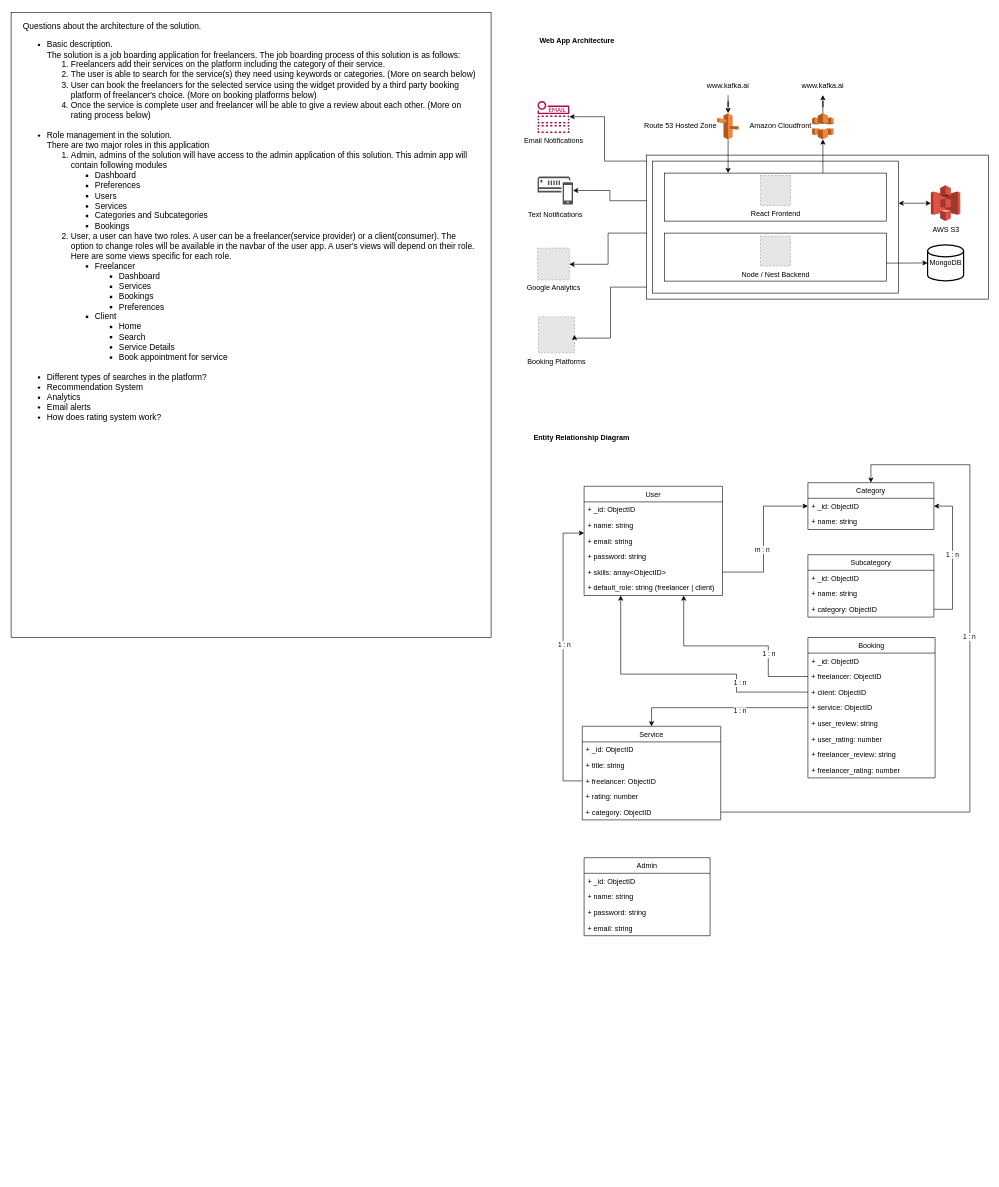
Above: draw.io/sttrut.drawio in n4beel/diagrams (draw.io), before the change. Source tidied: cells renumbered, new cells numbered last; positions are measured from the earlier drawing's top-left corner, leaving out a move shared by most shapes. Both pictures are drawn from the tidied source at 60%, with x=0, y=0 at pixel (11, 12). Pictures stored in the file or linked from it are replaced by grey dashed boxes.
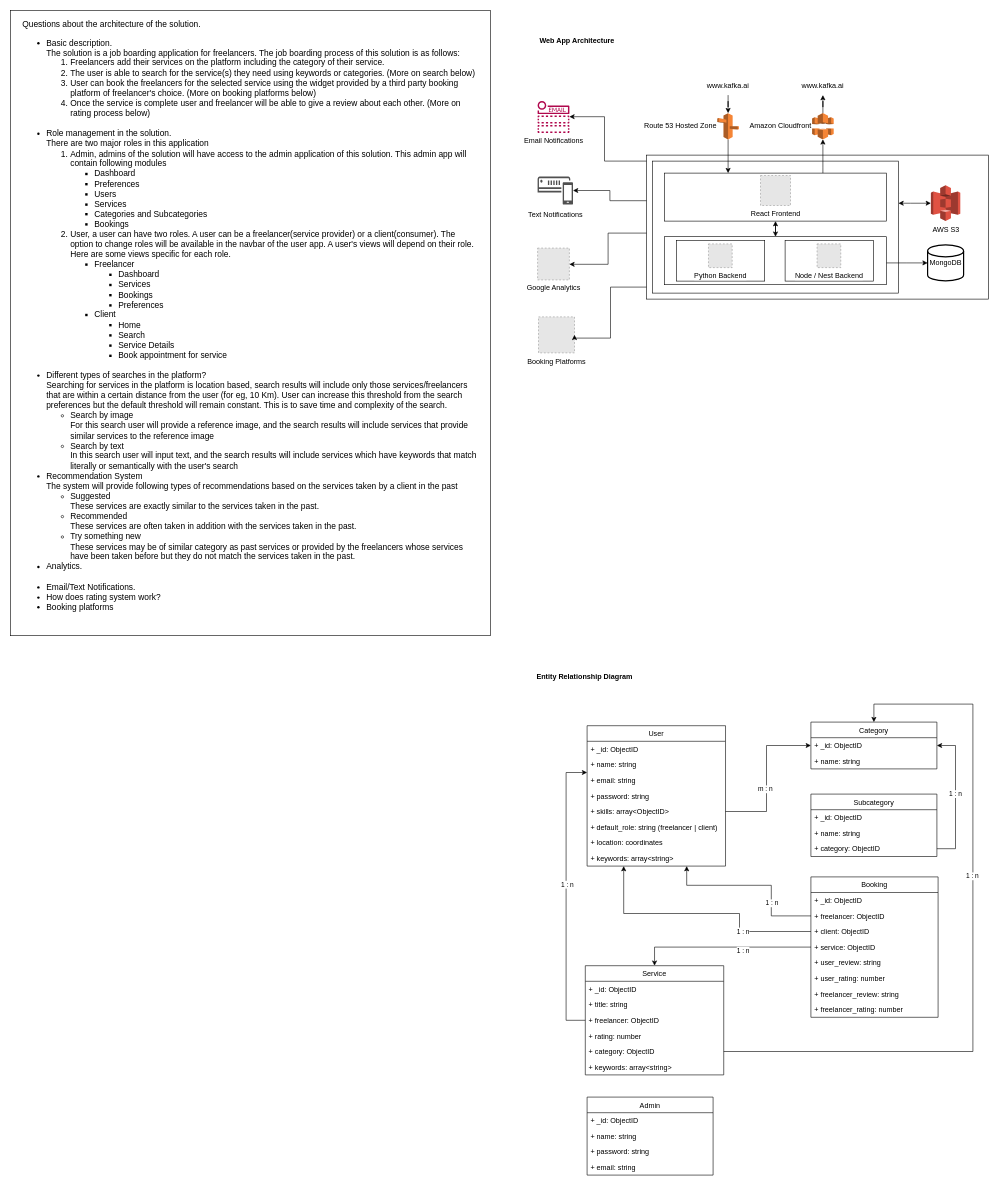
The same diagram, later.

Unchanged cells that the change refers to:
```xml
<mxCell id="7" value="+ skills: array&lt;ObjectID&gt;" style="text;strokeColor=none;fillColor=none;align=left;verticalAlign=top;spacingLeft=4;spacingRight=4;overflow=hidden;points=[[0,0.5],[1,0.5]];portConstraint=eastwest;" parent="2" vertex="1">
  <mxGeometry y="130" width="230.7" height="26" as="geometry" />
</mxCell>
<mxCell id="18" value="+ freelancer: ObjectID" style="text;strokeColor=none;fillColor=none;align=left;verticalAlign=top;spacingLeft=4;spacingRight=4;overflow=hidden;points=[[0,0.5],[1,0.5]];portConstraint=eastwest;" parent="15" vertex="1">
  <mxGeometry y="78" width="230.7" height="26" as="geometry" />
</mxCell>
<mxCell id="20" value="+ category: ObjectID" style="text;strokeColor=none;fillColor=none;align=left;verticalAlign=top;spacingLeft=4;spacingRight=4;overflow=hidden;points=[[0,0.5],[1,0.5]];portConstraint=eastwest;" parent="15" vertex="1">
  <mxGeometry y="130" width="230.7" height="26" as="geometry" />
</mxCell>
<mxCell id="23" value="+ freelancer: ObjectID" style="text;strokeColor=none;fillColor=none;align=left;verticalAlign=top;spacingLeft=4;spacingRight=4;overflow=hidden;points=[[0,0.5],[1,0.5]];portConstraint=eastwest;" parent="21" vertex="1">
  <mxGeometry y="52" width="212" height="26" as="geometry" />
</mxCell>
<mxCell id="24" value="+ client: ObjectID" style="text;strokeColor=none;fillColor=none;align=left;verticalAlign=top;spacingLeft=4;spacingRight=4;overflow=hidden;points=[[0,0.5],[1,0.5]];portConstraint=eastwest;" parent="21" vertex="1">
  <mxGeometry y="78" width="212" height="26" as="geometry" />
</mxCell>
<mxCell id="46" value="+ category: ObjectID" style="text;strokeColor=none;fillColor=none;align=left;verticalAlign=top;spacingLeft=4;spacingRight=4;overflow=hidden;points=[[0,0.5],[1,0.5]];portConstraint=eastwest;" parent="43" vertex="1">
  <mxGeometry y="78" width="210" height="26" as="geometry" />
</mxCell>
<mxCell id="64" style="rounded=0;whiteSpace=wrap;html=1;fillColor=none;" parent="1" vertex="1">
  <mxGeometry x="1089" y="268" width="370" height="80" as="geometry" />
</mxCell>
<mxCell id="71" value="MongoDB" style="strokeWidth=2;html=1;shape=mxgraph.flowchart.database;whiteSpace=wrap;fillColor=none;" parent="70" vertex="1">
  <mxGeometry width="60" height="60" as="geometry" />
</mxCell>
```

The edit, as a diff of the source:
```diff
@@
+    <mxCell id="53" style="rounded=0;whiteSpace=wrap;html=1;fillColor=none;" parent="1" vertex="1">
+      <mxGeometry x="1059" y="238" width="570" height="240" as="geometry" />
+    </mxCell>
+    <mxCell id="54" style="rounded=0;whiteSpace=wrap;html=1;fillColor=none;" parent="1" vertex="1">
+      <mxGeometry x="1069" y="248" width="410" height="220" as="geometry" />
+    </mxCell>
+    <mxCell id="81" style="rounded=0;whiteSpace=wrap;html=1;fillColor=none;" parent="1" vertex="1">
+      <mxGeometry x="1089" y="374" width="370" height="80" as="geometry" />
+    </mxCell>
     <mxCell id="2" value="User" style="swimlane;fontStyle=0;horizontal=1;startSize=26;fillColor=none;" parent="1" vertex="1">
-      <mxGeometry x="955" y="790" width="230.7" height="182" as="geometry" />
+      <mxGeometry x="960" y="1189" width="230.7" height="234" as="geometry" />
     </mxCell>
@@
+    <mxCell id="82" value="+ location: coordinates" style="text;strokeColor=none;fillColor=none;align=left;verticalAlign=top;spacingLeft=4;spacingRight=4;overflow=hidden;" parent="2" vertex="1">
+      <mxGeometry y="182" width="230.7" height="26" as="geometry" />
+    </mxCell>
+    <mxCell id="83" value="+ keywords: array&lt;string&gt;" style="text;strokeColor=none;fillColor=none;align=left;verticalAlign=top;spacingLeft=4;spacingRight=4;overflow=hidden;" parent="2" vertex="1">
+      <mxGeometry y="208" width="230.7" height="26" as="geometry" />
+    </mxCell>
     <mxCell id="9" value="Admin" style="swimlane;fontStyle=0;horizontal=1;startSize=26;fillColor=none;" parent="1" vertex="1">
-      <mxGeometry x="955" y="1409" width="210" height="130" as="geometry" />
+      <mxGeometry x="960" y="1808" width="210" height="130" as="geometry" />
     </mxCell>
@@
     <mxCell id="14" value="&lt;b&gt;Entity Relationship Diagram&lt;/b&gt;" style="text;html=1;strokeColor=none;fillColor=none;align=left;verticalAlign=middle;whiteSpace=wrap;rounded=0;" parent="1" vertex="1">
-      <mxGeometry x="869" y="694" width="240" height="30" as="geometry" />
+      <mxGeometry x="874" y="1093" width="240" height="30" as="geometry" />
     </mxCell>
     <mxCell id="15" value="Service" style="swimlane;fontStyle=0;horizontal=1;startSize=26;fillColor=none;" parent="1" vertex="1">
-      <mxGeometry x="952" y="1190" width="230.7" height="156" as="geometry" />
+      <mxGeometry x="957" y="1589" width="230.7" height="182" as="geometry" />
     </mxCell>
@@
+    <mxCell id="84" value="+ keywords: array&lt;string&gt;" style="text;strokeColor=none;fillColor=none;align=left;verticalAlign=top;spacingLeft=4;spacingRight=4;overflow=hidden;" parent="15" vertex="1">
+      <mxGeometry y="156" width="230.7" height="26" as="geometry" />
+    </mxCell>
     <mxCell id="21" value="Booking" style="swimlane;fontStyle=0;horizontal=1;startSize=26;fillColor=none;" parent="1" vertex="1">
-      <mxGeometry x="1328" y="1042" width="212" height="234" as="geometry" />
+      <mxGeometry x="1333" y="1441" width="212" height="234" as="geometry" />
     </mxCell>
@@
     <mxCell id="30" style="edgeStyle=orthogonalEdgeStyle;rounded=0;jettySize=auto;html=1;" parent="1" edge="1" source="23" target="2">
       <mxGeometry relative="1" as="geometry">
         <Array as="points">
-          <mxPoint x="1262" y="1107" />
-          <mxPoint x="1262" y="1056" />
-          <mxPoint x="1121" y="1056" />
+          <mxPoint x="1267" y="1506" />
+          <mxPoint x="1267" y="1455" />
+          <mxPoint x="1126" y="1455" />
         </Array>
       </mxGeometry>
     </mxCell>
@@
     <mxCell id="32" style="edgeStyle=orthogonalEdgeStyle;rounded=0;jettySize=auto;html=1;" parent="1" edge="1" source="24" target="2">
       <mxGeometry relative="1" as="geometry">
         <Array as="points">
-          <mxPoint x="1209" y="1133" />
-          <mxPoint x="1209" y="1103" />
-          <mxPoint x="1016" y="1103" />
+          <mxPoint x="1214" y="1532" />
+          <mxPoint x="1214" y="1502" />
+          <mxPoint x="1021" y="1502" />
         </Array>
       </mxGeometry>
     </mxCell>
@@
     <mxCell id="36" style="edgeStyle=orthogonalEdgeStyle;rounded=0;jettySize=auto;html=1;" parent="1" edge="1" source="18" target="2">
       <mxGeometry relative="1" as="geometry">
         <Array as="points">
-          <mxPoint x="920" y="1281" />
-          <mxPoint x="920" y="868" />
+          <mxPoint x="925" y="1680" />
+          <mxPoint x="925" y="1267" />
         </Array>
       </mxGeometry>
     </mxCell>
@@
     <mxCell id="38" value="Category" style="swimlane;fontStyle=0;horizontal=1;startSize=26;fillColor=none;" parent="1" vertex="1">
-      <mxGeometry x="1328" y="784" width="210" height="78" as="geometry" />
+      <mxGeometry x="1333" y="1183" width="210" height="78" as="geometry" />
     </mxCell>
@@
     <mxCell id="41" style="edgeStyle=orthogonalEdgeStyle;rounded=0;jettySize=auto;html=1;" parent="1" edge="1" source="7" target="38">
       <mxGeometry relative="1" as="geometry">
         <Array as="points">
-          <mxPoint x="1254" y="933" />
-          <mxPoint x="1254" y="823" />
+          <mxPoint x="1259" y="1332" />
+          <mxPoint x="1259" y="1222" />
         </Array>
       </mxGeometry>
     </mxCell>
@@
     <mxCell id="43" value="Subcategory" style="swimlane;fontStyle=0;horizontal=1;startSize=26;fillColor=none;" parent="1" vertex="1">
-      <mxGeometry x="1328" y="904" width="210" height="104" as="geometry" />
+      <mxGeometry x="1333" y="1303" width="210" height="104" as="geometry" />
     </mxCell>
@@
     <mxCell id="47" style="edgeStyle=orthogonalEdgeStyle;rounded=0;jettySize=auto;html=1;" parent="1" edge="1" source="46" target="38">
       <mxGeometry relative="1" as="geometry">
         <Array as="points">
-          <mxPoint x="1569" y="995" />
-          <mxPoint x="1569" y="823" />
+          <mxPoint x="1574" y="1394" />
+          <mxPoint x="1574" y="1222" />
         </Array>
       </mxGeometry>
     </mxCell>
@@
-    <mxCell id="50" value="&lt;div style=&quot;font-size: 14px;&quot;&gt;Questions about the architecture of the solution.&lt;/div&gt;&lt;ul style=&quot;&quot;&gt;&lt;li style=&quot;font-size: 14px;&quot;&gt;Basic description.&lt;br style=&quot;font-size: 14px;&quot;&gt;The solution is a job boarding application for freelancers. The job boarding process of this solution is as follows:&lt;/li&gt;&lt;ol style=&quot;font-size: 14px;&quot;&gt;&lt;li style=&quot;font-size: 14px;&quot;&gt;Freelancers add their services on the platform including the category of their service.&lt;/li&gt;&lt;li style=&quot;font-size: 14px;&quot;&gt;The user is able to search for the service(s) they need using keywords or categories. (More on search below)&lt;/li&gt;&lt;li style=&quot;font-size: 14px;&quot;&gt;User can book the freelancers for the selected service using the widget provided by a third party booking platform of freelancer's choice. (More on booking platforms below)&lt;/li&gt;&lt;li style=&quot;font-size: 14px;&quot;&gt;Once the service is complete user and freelancer will be able to give a review about each other. (More on rating process below)&lt;br&gt;&lt;br&gt;&lt;/li&gt;&lt;/ol&gt;&lt;li style=&quot;font-size: 14px;&quot;&gt;Role management in the solution.&lt;br&gt;There are two major roles in this application&lt;/li&gt;&lt;ol style=&quot;&quot;&gt;&lt;li style=&quot;font-size: 14px;&quot;&gt;Admin, admins of the solution will have access to the admin application of this solution. This admin app will contain following modules&lt;/li&gt;&lt;ul&gt;&lt;li style=&quot;&quot;&gt;Dashboard&lt;/li&gt;&lt;li style=&quot;&quot;&gt;Preferences&lt;/li&gt;&lt;li style=&quot;&quot;&gt;Users&lt;/li&gt;&lt;li style=&quot;&quot;&gt;Services&lt;/li&gt;&lt;li style=&quot;&quot;&gt;Categories and Subcategories&lt;/li&gt;&lt;li style=&quot;&quot;&gt;Bookings&lt;/li&gt;&lt;/ul&gt;&lt;li style=&quot;font-size: 14px;&quot;&gt;User, a user can have two roles. A user can be a freelancer(service provider) or a client(consumer). The option to change roles will be available in the navbar of the user app. A user's views will depend on their role. Here are some views specific for each role.&lt;/li&gt;&lt;ul&gt;&lt;li&gt;&lt;span style=&quot;background-color: initial;&quot;&gt;Freelancer&lt;/span&gt;&lt;/li&gt;&lt;ul&gt;&lt;li&gt;&lt;span style=&quot;background-color: initial;&quot;&gt;Dashboard&lt;/span&gt;&lt;/li&gt;&lt;li&gt;&lt;span style=&quot;background-color: initial;&quot;&gt;Services&lt;/span&gt;&lt;/li&gt;&lt;li&gt;&lt;span style=&quot;background-color: initial;&quot;&gt;Bookings&lt;/span&gt;&lt;/li&gt;&lt;li&gt;&lt;span style=&quot;background-color: initial;&quot;&gt;Preferences&lt;/span&gt;&lt;/li&gt;&lt;/ul&gt;&lt;li&gt;&lt;span style=&quot;background-color: initial;&quot;&gt;Client&lt;/span&gt;&lt;/li&gt;&lt;ul&gt;&lt;li&gt;&lt;span style=&quot;background-color: initial;&quot;&gt;Home&lt;/span&gt;&lt;/li&gt;&lt;li&gt;&lt;span style=&quot;background-color: initial;&quot;&gt;Search&lt;/span&gt;&lt;/li&gt;&lt;li&gt;&lt;span style=&quot;background-color: initial;&quot;&gt;Service Details&lt;/span&gt;&lt;/li&gt;&lt;li&gt;&lt;span style=&quot;background-color: initial;&quot;&gt;Book appointment for service&lt;br&gt;&lt;br&gt;&lt;/span&gt;&lt;/li&gt;&lt;/ul&gt;&lt;/ul&gt;&lt;/ol&gt;&lt;li style=&quot;font-size: 14px;&quot;&gt;Different types of searches in the platform?&lt;/li&gt;&lt;li style=&quot;font-size: 14px;&quot;&gt;Recommendation System&lt;/li&gt;&lt;li style=&quot;font-size: 14px;&quot;&gt;Analytics&lt;/li&gt;&lt;li style=&quot;font-size: 14px;&quot;&gt;Email alerts&lt;/li&gt;&lt;li style=&quot;font-size: 14px;&quot;&gt;How does rating system work?&lt;/li&gt;&lt;/ul&gt;" style="rounded=0;whiteSpace=wrap;html=1;align=left;verticalAlign=top;spacing=10;spacingLeft=10;spacingRight=10;fontSize=14;" parent="1" vertex="1">
-      <mxGeometry width="800" height="1042" as="geometry" />
+    <mxCell id="50" value="&lt;div style=&quot;font-size: 14px;&quot;&gt;Questions about the architecture of the solution.&lt;/div&gt;&lt;ul style=&quot;&quot;&gt;&lt;li style=&quot;font-size: 14px;&quot;&gt;Basic description.&lt;br style=&quot;font-size: 14px;&quot;&gt;The solution is a job boarding application for freelancers. The job boarding process of this solution is as follows:&lt;/li&gt;&lt;ol style=&quot;font-size: 14px;&quot;&gt;&lt;li style=&quot;font-size: 14px;&quot;&gt;Freelancers add their services on the platform including the category of their service.&lt;/li&gt;&lt;li style=&quot;font-size: 14px;&quot;&gt;The user is able to search for the service(s) they need using keywords or categories. (More on search below)&lt;/li&gt;&lt;li style=&quot;font-size: 14px;&quot;&gt;User can book the freelancers for the selected service using the widget provided by a third party booking platform of freelancer's choice. (More on booking platforms below)&lt;/li&gt;&lt;li style=&quot;font-size: 14px;&quot;&gt;Once the service is complete user and freelancer will be able to give a review about each other. (More on rating process below)&lt;br&gt;&lt;br&gt;&lt;/li&gt;&lt;/ol&gt;&lt;li style=&quot;font-size: 14px;&quot;&gt;Role management in the solution.&lt;br&gt;There are two major roles in this application&lt;/li&gt;&lt;ol style=&quot;&quot;&gt;&lt;li style=&quot;font-size: 14px;&quot;&gt;Admin, admins of the solution will have access to the admin application of this solution. This admin app will contain following modules&lt;/li&gt;&lt;ul&gt;&lt;li style=&quot;&quot;&gt;Dashboard&lt;/li&gt;&lt;li style=&quot;&quot;&gt;Preferences&lt;/li&gt;&lt;li style=&quot;&quot;&gt;Users&lt;/li&gt;&lt;li style=&quot;&quot;&gt;Services&lt;/li&gt;&lt;li style=&quot;&quot;&gt;Categories and Subcategories&lt;/li&gt;&lt;li style=&quot;&quot;&gt;Bookings&lt;/li&gt;&lt;/ul&gt;&lt;li style=&quot;font-size: 14px;&quot;&gt;User, a user can have two roles. A user can be a freelancer(service provider) or a client(consumer). The option to change roles will be available in the navbar of the user app. A user's views will depend on their role. Here are some views specific for each role.&lt;/li&gt;&lt;ul&gt;&lt;li&gt;&lt;span style=&quot;background-color: initial;&quot;&gt;Freelancer&lt;/span&gt;&lt;/li&gt;&lt;ul&gt;&lt;li&gt;&lt;span style=&quot;background-color: initial;&quot;&gt;Dashboard&lt;/span&gt;&lt;/li&gt;&lt;li&gt;&lt;span style=&quot;background-color: initial;&quot;&gt;Services&lt;/span&gt;&lt;/li&gt;&lt;li&gt;&lt;span style=&quot;background-color: initial;&quot;&gt;Bookings&lt;/span&gt;&lt;/li&gt;&lt;li&gt;&lt;span style=&quot;background-color: initial;&quot;&gt;Preferences&lt;/span&gt;&lt;/li&gt;&lt;/ul&gt;&lt;li&gt;&lt;span style=&quot;background-color: initial;&quot;&gt;Client&lt;/span&gt;&lt;/li&gt;&lt;ul&gt;&lt;li&gt;&lt;span style=&quot;background-color: initial;&quot;&gt;Home&lt;/span&gt;&lt;/li&gt;&lt;li&gt;&lt;span style=&quot;background-color: initial;&quot;&gt;Search&lt;/span&gt;&lt;/li&gt;&lt;li&gt;&lt;span style=&quot;background-color: initial;&quot;&gt;Service Details&lt;/span&gt;&lt;/li&gt;&lt;li&gt;&lt;span style=&quot;background-color: initial;&quot;&gt;Book appointment for service&lt;br&gt;&lt;br&gt;&lt;/span&gt;&lt;/li&gt;&lt;/ul&gt;&lt;/ul&gt;&lt;/ol&gt;&lt;li style=&quot;font-size: 14px;&quot;&gt;Different types of searches in the platform?&lt;br&gt;Searching for services in the platform is location based, search results will include only those services/freelancers that are within a certain distance from the user (for eg, 10 Km). User can increase this threshold from the search preferences but the default threshold will remain constant. This is to save time and complexity of the search.&lt;/li&gt;&lt;ul&gt;&lt;li style=&quot;font-size: 14px;&quot;&gt;Search by image&lt;br&gt;For this search user will provide a reference image, and the search results will include services that provide similar services to the reference image&amp;nbsp;&lt;/li&gt;&lt;li style=&quot;font-size: 14px;&quot;&gt;Search by text&lt;br&gt;In this search user will input text, and the search results will include services which have keywords that match literally or semantically with the user's search&lt;/li&gt;&lt;/ul&gt;&lt;li style=&quot;font-size: 14px;&quot;&gt;Recommendation System&lt;br&gt;The system will provide following types of recommendations based on the services taken by a client in the past&lt;/li&gt;&lt;ul&gt;&lt;li style=&quot;font-size: 14px;&quot;&gt;Suggested&lt;br&gt;These services are exactly similar to the services taken in the past.&lt;/li&gt;&lt;li style=&quot;font-size: 14px;&quot;&gt;Recommended&lt;br&gt;These services are often taken in addition with the services taken in the past.&amp;nbsp;&lt;/li&gt;&lt;li style=&quot;font-size: 14px;&quot;&gt;Try something new&lt;br&gt;These services may be of similar category as past services or provided by the freelancers whose services have been taken before but they do not match the services taken in the past.&lt;/li&gt;&lt;/ul&gt;&lt;li style=&quot;font-size: 14px;&quot;&gt;Analytics.&lt;br&gt;&lt;br&gt;&lt;/li&gt;&lt;li style=&quot;font-size: 14px;&quot;&gt;Email/Text Notifications.&lt;/li&gt;&lt;li style=&quot;font-size: 14px;&quot;&gt;How does rating system work?&lt;/li&gt;&lt;li style=&quot;font-size: 14px;&quot;&gt;Booking platforms&lt;/li&gt;&lt;/ul&gt;" style="rounded=0;whiteSpace=wrap;html=1;align=left;verticalAlign=top;spacing=10;spacingLeft=10;spacingRight=10;fontSize=14;" parent="1" vertex="1">
+      <mxGeometry x="-1" y="-3" width="800" height="1042" as="geometry" />
     </mxCell>
     <mxCell id="51" style="edgeStyle=orthogonalEdgeStyle;rounded=0;jettySize=auto;html=1;" parent="1" edge="1" source="20" target="38">
       <mxGeometry relative="1" as="geometry">
         <Array as="points">
-          <mxPoint x="1598" y="1333" />
-          <mxPoint x="1598" y="754" />
-          <mxPoint x="1433" y="754" />
+          <mxPoint x="1603" y="1732" />
+          <mxPoint x="1603" y="1153" />
+          <mxPoint x="1438" y="1153" />
         </Array>
       </mxGeometry>
     </mxCell>
@@
-    <mxCell id="53" style="rounded=0;whiteSpace=wrap;html=1;fillColor=none;" parent="1" vertex="1">
-      <mxGeometry x="1059" y="238" width="570" height="240" as="geometry" />
-    </mxCell>
-    <mxCell id="54" style="rounded=0;whiteSpace=wrap;html=1;fillColor=none;" parent="1" vertex="1">
-      <mxGeometry x="1069" y="248" width="410" height="220" as="geometry" />
-    </mxCell>
@@
+    <mxCell id="85" style="edgeStyle=orthogonalEdgeStyle;rounded=0;jettySize=auto;html=1;fontSize=12;fontColor=#000000;startArrow=classic;startFill=1;" parent="1" edge="1" source="64" target="81">
+      <mxGeometry relative="1" as="geometry" />
+    </mxCell>
@@
-    <mxCell id="66" style="rounded=0;whiteSpace=wrap;html=1;fillColor=none;" parent="1" vertex="1">
-      <mxGeometry x="1089" y="368" width="370" height="80" as="geometry" />
-    </mxCell>
-    <mxCell id="67" value="Node / Nest Backend" style="fillColor=#E6E6E6;strokeColor=#999999;dashed=1;html=1;verticalAlign=top;verticalLabelPosition=bottom;labelBackgroundColor=#ffffff;" parent="1" vertex="1">
-      <mxGeometry x="1249" y="373" width="50" height="50" as="geometry" />
-    </mxCell>
@@
-    <mxCell id="72" style="edgeStyle=orthogonalEdgeStyle;rounded=0;jettySize=auto;html=1;entryX=0;entryY=0.5;entryDx=0;entryDy=0;entryPerimeter=0;" parent="1" edge="1" source="66" target="71">
+    <mxCell id="72" style="edgeStyle=orthogonalEdgeStyle;rounded=0;jettySize=auto;html=1;entryX=0;entryY=0.5;entryDx=0;entryDy=0;entryPerimeter=0;" parent="1" edge="1" source="81" target="71">
       <mxGeometry relative="1" as="geometry">
         <Array as="points">
-          <mxPoint x="1479" y="418" />
-          <mxPoint x="1479" y="418" />
+          <mxPoint x="1493" y="418" />
         </Array>
       </mxGeometry>
     </mxCell>
@@
+    <mxCell id="86" style="group;" parent="1" vertex="1">
+      <mxGeometry x="1290" y="380" width="147" height="68" as="geometry" />
+    </mxCell>
+    <mxCell id="66" style="rounded=0;whiteSpace=wrap;html=1;fillColor=none;" parent="86" vertex="1">
+      <mxGeometry width="147" height="68" as="geometry" />
+    </mxCell>
+    <mxCell id="67" value="Node / Nest Backend" style="fillColor=#E6E6E6;strokeColor=#999999;dashed=1;html=1;verticalAlign=top;verticalLabelPosition=bottom;labelBackgroundColor=#ffffff;" parent="86" vertex="1">
+      <mxGeometry x="53.3" y="6" width="39.5" height="39.5" as="geometry" />
+    </mxCell>
+    <mxCell id="87" style="group;" parent="1" vertex="1">
+      <mxGeometry x="1109" y="380" width="147" height="68" as="geometry" />
+    </mxCell>
+    <mxCell id="88" style="rounded=0;whiteSpace=wrap;html=1;fillColor=none;" parent="87" vertex="1">
+      <mxGeometry width="147" height="68" as="geometry" />
+    </mxCell>
+    <mxCell id="89" value="Python Backend" style="fillColor=#E6E6E6;strokeColor=#999999;dashed=1;html=1;verticalAlign=top;verticalLabelPosition=bottom;labelBackgroundColor=#ffffff;" parent="87" vertex="1">
+      <mxGeometry x="53.3" y="6" width="39.5" height="39.5" as="geometry" />
+    </mxCell>
```
